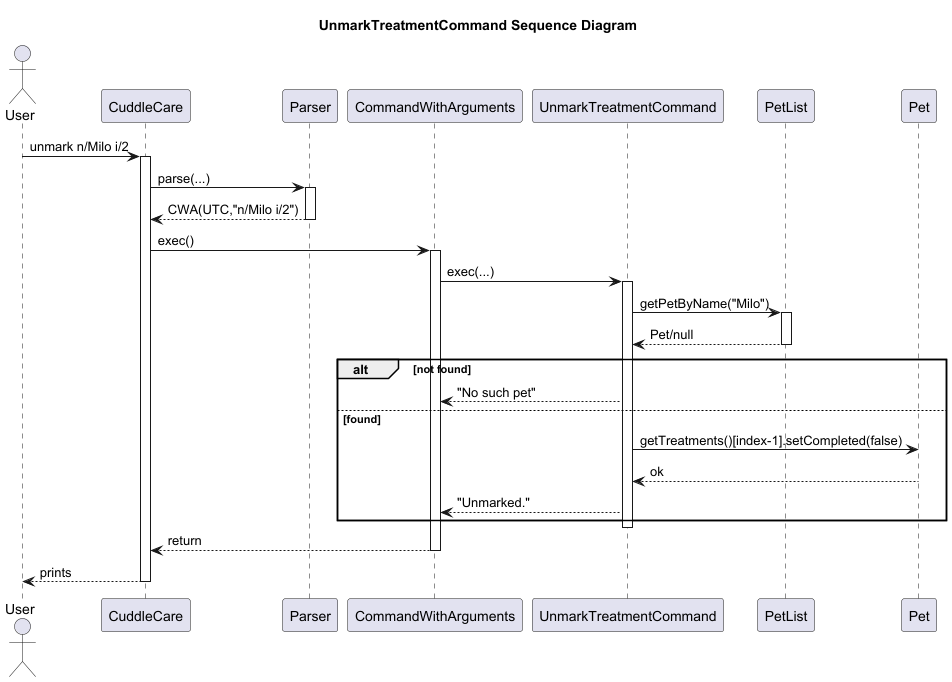
Earlier version of the PlantUML export docs/diagrams/UnmarkTreatmentCommand_Sequence_Diagram.png (Kevin88866/tp).
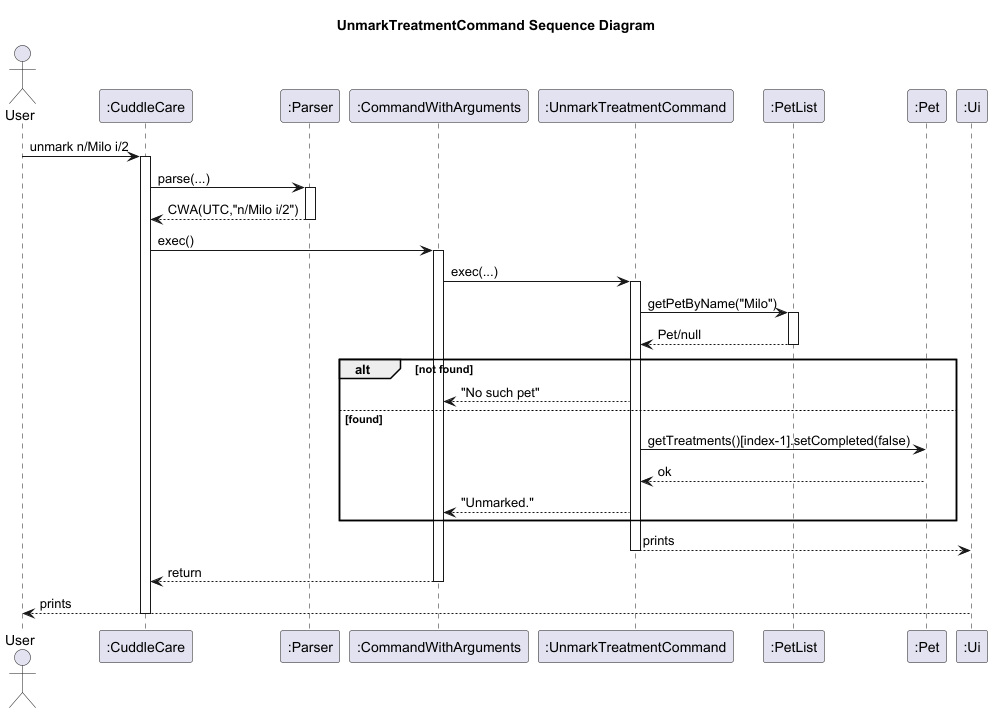
The same file after the commit.

Change to the diagram source:
```diff
@@ -1,12 +1,13 @@
 @startuml
 title UnmarkTreatmentCommand Sequence Diagram
 actor User
-participant CuddleCare
-participant Parser
-participant CommandWithArguments as CWA
-participant UnmarkTreatmentCommand as UTC
-participant PetList
-participant Pet
+participant ":CuddleCare" as CuddleCare
+participant ":Parser" as Parser
+participant ":CommandWithArguments" as CWA
+participant ":UnmarkTreatmentCommand" as UTC
+participant ":PetList" as PetList
+participant ":Pet" as Pet
+participant ":Ui" as Ui
 
 User -> CuddleCare : unmark n/Milo i/2
 activate CuddleCare
@@ -31,9 +32,10 @@
   Pet --> UTC : ok
   UTC --> CWA : "Unmarked."
 end
+  UTC --> Ui : prints
 deactivate UTC
 CWA --> CuddleCare : return
 deactivate CWA
-CuddleCare --> User : prints
+Ui --> User : prints
 deactivate CuddleCare
 @enduml
```
